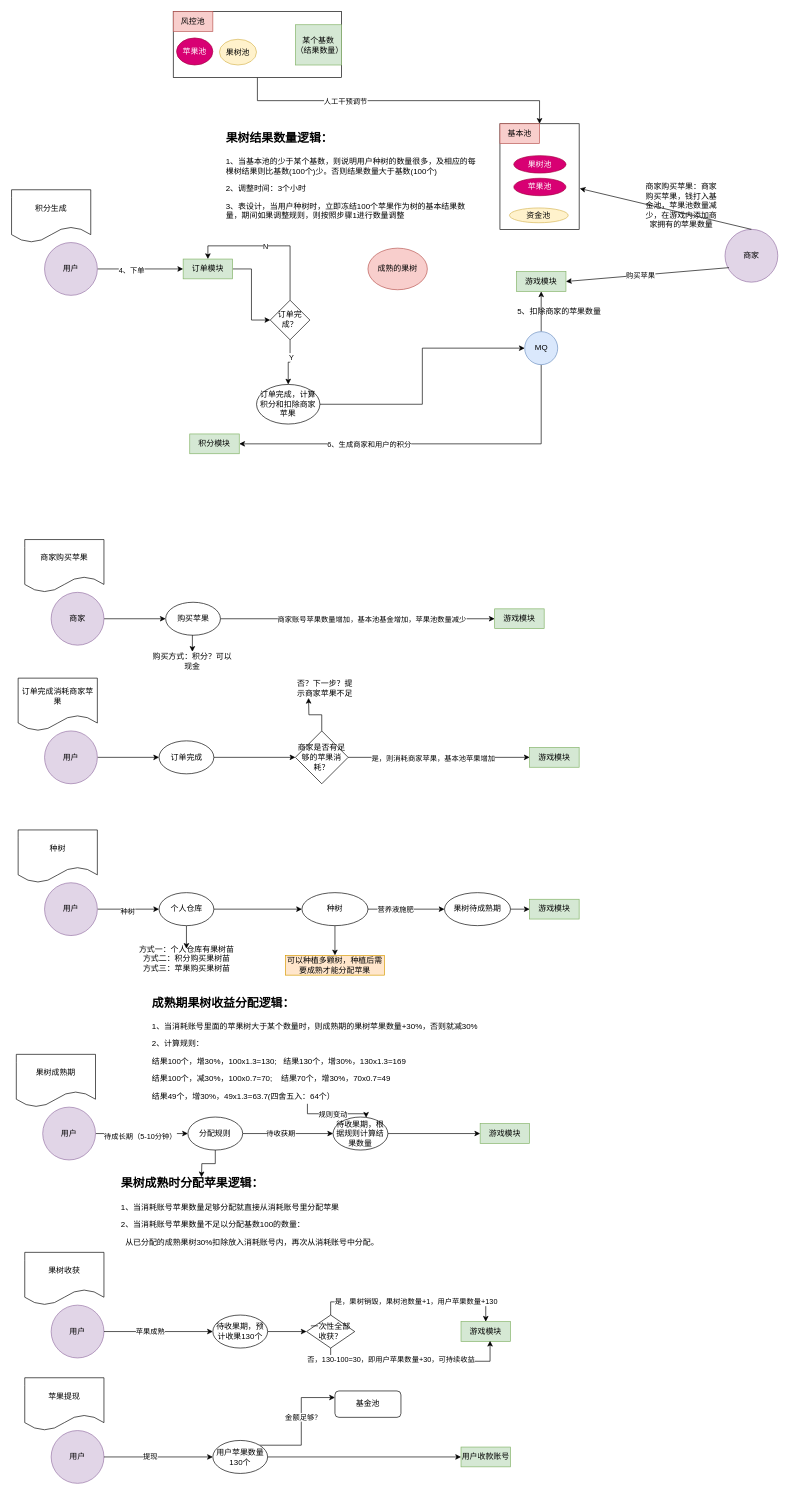
This is gtt-积分流程.drawio from maigao11/flow, a draw.io file, before an edit. Source tidied: cells renumbered, new cells numbered last; positions are measured from the earlier drawing's top-left corner, leaving out a move shared by most shapes. Both pictures are drawn from the tidied source at 66%, with x=0, y=0 at pixel (11, 11).
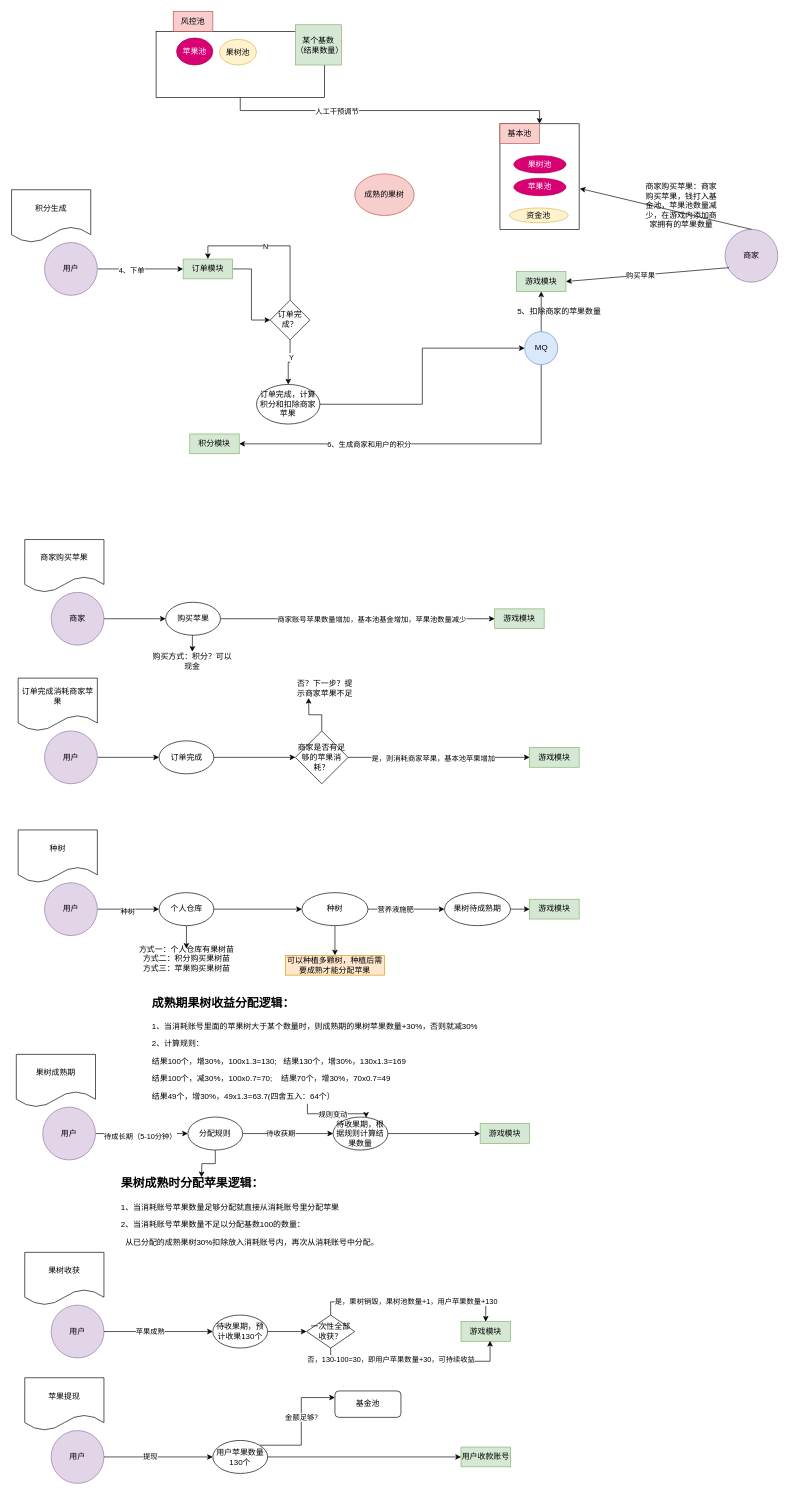
The same diagram, later.

Commit message:
更新gtt-积分流程.drawio

Diff of the diagram source:
```diff
@@
     <mxCell id="15" style="rounded=0;whiteSpace=wrap;html=1;" parent="1" vertex="1">
-      <mxGeometry x="245" width="255" height="100" as="geometry" />
+      <mxGeometry x="219" y="30" width="255" height="100" as="geometry" />
     </mxCell>
@@
     <mxCell id="38" value="成熟的果树" style="ellipse;whiteSpace=wrap;html=1;fillColor=#f8cecc;strokeColor=#b85450;" parent="1" vertex="1">
-      <mxGeometry x="540" y="358.5" width="90" height="63" as="geometry" />
+      <mxGeometry x="520" y="246" width="90" height="63" as="geometry" />
     </mxCell>
-    <mxCell id="39" value="&lt;h1&gt;&lt;font style=&quot;font-size: 18px;&quot;&gt;果树结果数量逻辑：&lt;/font&gt;&lt;/h1&gt;&lt;p&gt;1、当基本池的少于某个基数，则说明用户种树的数量很多，及相应的每棵树结果则比基数(100个)少。否则结果数量大于基数(100个)&lt;/p&gt;&lt;p&gt;2、调整时间：3个小时&lt;/p&gt;&lt;p&gt;3、表设计，当用户种树时，立即冻结100个苹果作为树的基本结果数量，期间如果调整规则，则按照步骤1进行数量调整&lt;/p&gt;&lt;p&gt;&lt;br&gt;&lt;/p&gt;&lt;p&gt;&lt;br&gt;&lt;/p&gt;" style="text;html=1;strokeColor=none;fillColor=none;spacing=5;spacingTop=-20;whiteSpace=wrap;overflow=hidden;rounded=0;" parent="1" vertex="1">
-      <mxGeometry x="320" y="170" width="392.8" height="150" as="geometry" />
-    </mxCell>
```
